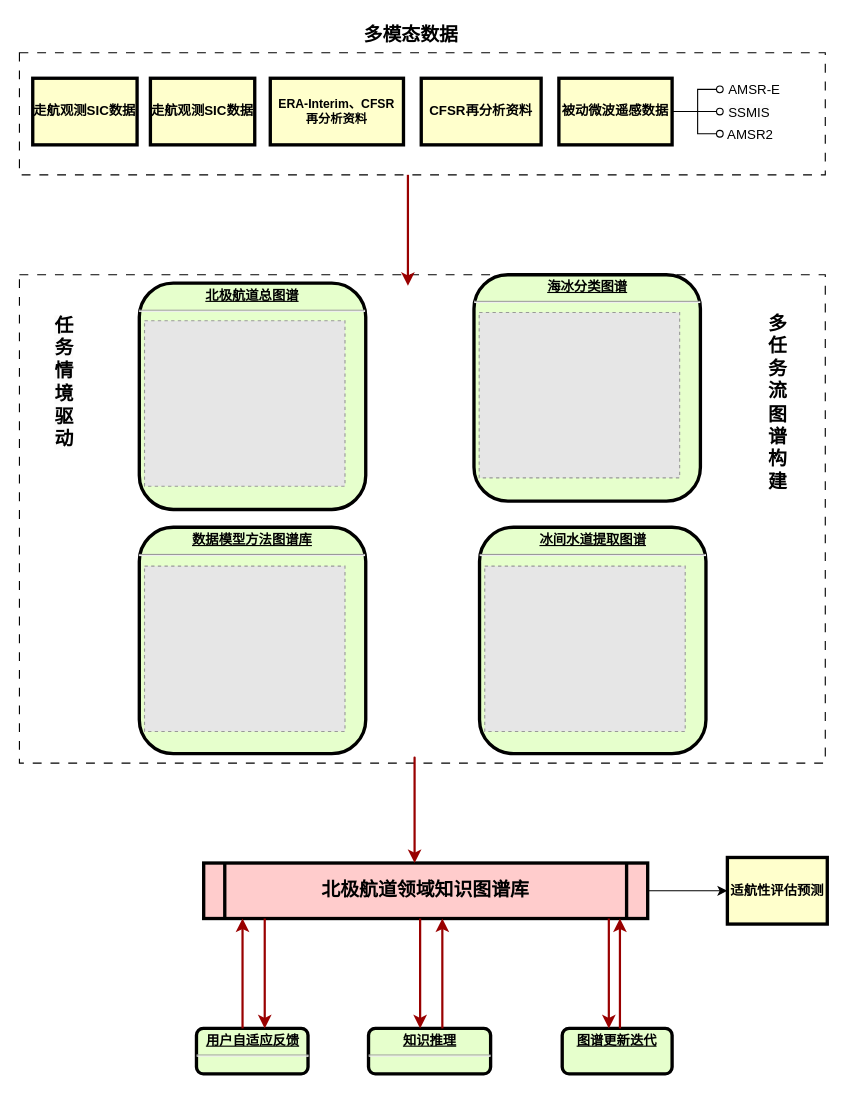
The draw.io diagram 北极航道.drawio in huxinkan517/DRAW.IO, before the edit. Source tidied: cells renumbered, new cells numbered last; positions are measured from the earlier drawing's top-left corner, leaving out a move shared by most shapes. Both pictures are drawn from the tidied source at 111%, with x=0, y=0 at pixel (19, 19). Pictures stored in the file or linked from it are replaced by grey dashed boxes.
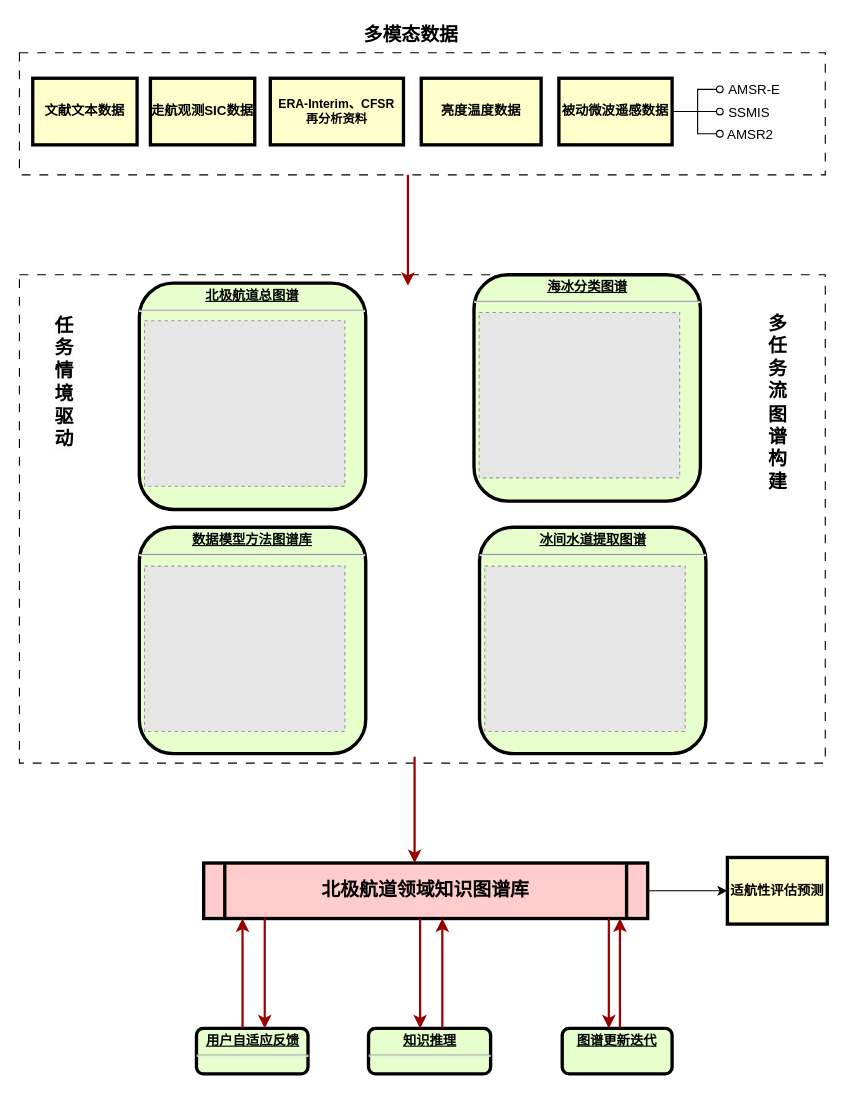
After the change.

Commit message:
更新北极航道.drawio

The edit, as a diff of the source:
```diff
@@
-    <mxCell id="5" value="CFSR再分析资料" style="whiteSpace=wrap;align=center;verticalAlign=middle;fontStyle=1;strokeWidth=3;fillColor=#FFFFCC;fontSize=12;" parent="1" vertex="1">
+    <mxCell id="5" value="亮度温度数据" style="whiteSpace=wrap;align=center;verticalAlign=middle;fontStyle=1;strokeWidth=3;fillColor=#FFFFCC;fontSize=12;" parent="1" vertex="1">
       <mxGeometry x="362" y="53" width="108" height="60" as="geometry" />
     </mxCell>
@@
-    <mxCell id="31" value="走航观测SIC数据" style="whiteSpace=wrap;align=center;verticalAlign=middle;fontStyle=1;strokeWidth=3;fillColor=#FFFFCC;fontSize=12;" parent="1" vertex="1">
+    <mxCell id="31" value="文献文本数据" style="whiteSpace=wrap;align=center;verticalAlign=middle;fontStyle=1;strokeWidth=3;fillColor=#FFFFCC;fontSize=12;" parent="1" vertex="1">
       <mxGeometry x="12" y="53" width="94" height="60" as="geometry" />
     </mxCell>
```
